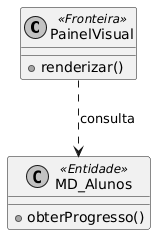
Above: 03_Artefatos_Gerados/UC14_Classe.png in MayconDIS/PIM_III-Documentacao_UML (PlantUML), before the change.
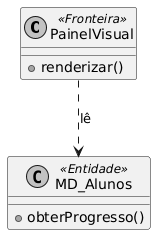
The same diagram one commit later.

Change to the diagram source:
```diff
@@ -6,5 +6,5 @@
 class MD_Alunos <<Entidade>> {
     +obterProgresso()
 }
-PainelVisual ..> MD_Alunos : consulta
+PainelVisual ..> MD_Alunos : lê
 @enduml
```
